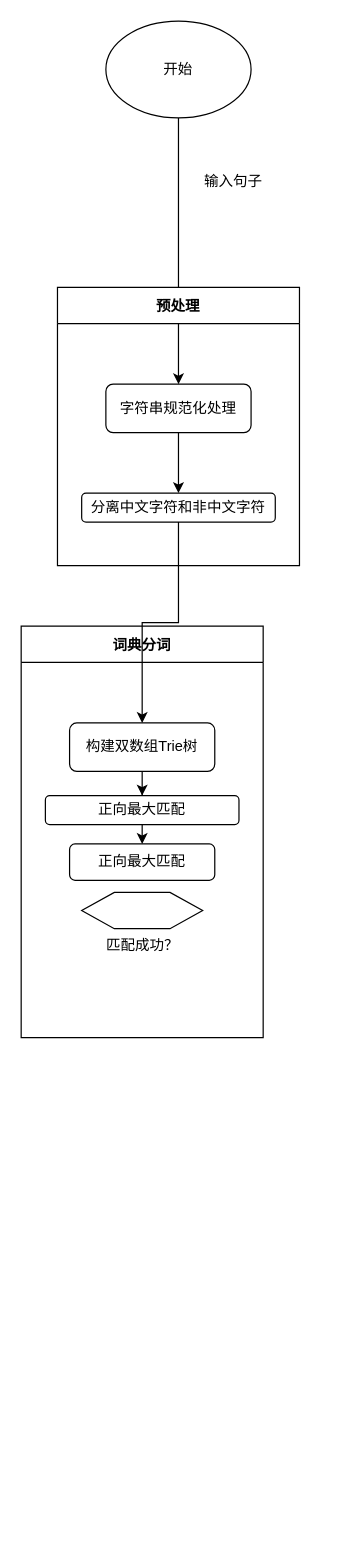
Above: 未命名绘图.drawio in CarolBicsi/567 (draw.io), before the change. Source tidied: cells renumbered, new cells numbered last; positions are measured from the earlier drawing's top-left corner, leaving out a move shared by most shapes. Both pictures are drawn from the tidied source at 121%, with x=0, y=0 at pixel (21, 21).
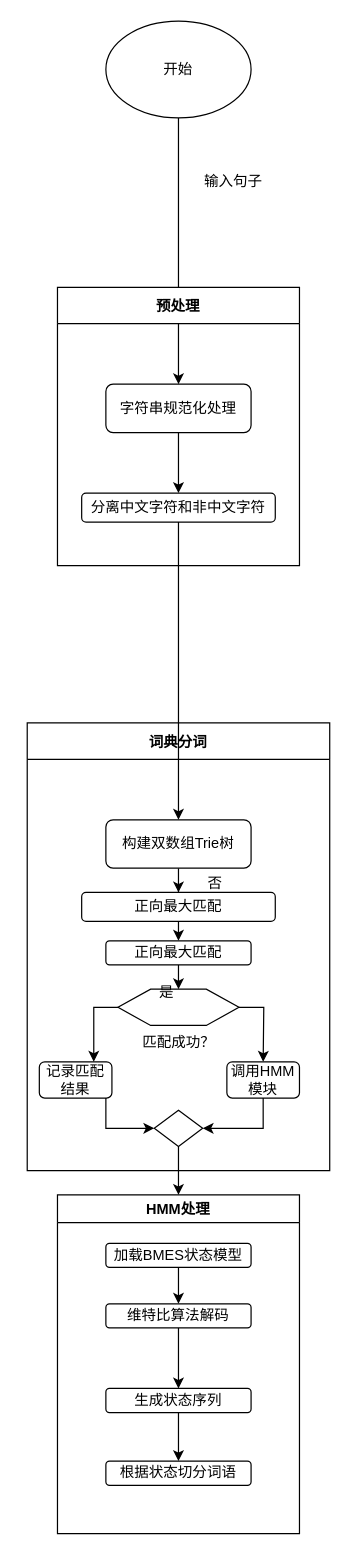
The same page after the edit.

The edit, as a diff of the source:
```diff
@@
     <mxCell id="9" value="词典分词" style="swimlane;startSize=30;" parent="1" vertex="1">
-      <mxGeometry y="500" width="200" height="340" as="geometry" />
+      <mxGeometry x="5" y="580" width="250" height="370" as="geometry" />
     </mxCell>
+    <mxCell id="17" value="记录匹配结果" style="rounded=1;whiteSpace=wrap;html=1;" parent="9" vertex="1">
+      <mxGeometry x="10" y="280" width="60" height="30" as="geometry" />
+    </mxCell>
+    <mxCell id="18" style="edgeStyle=orthogonalEdgeStyle;rounded=0;jettySize=auto;html=1;exitX=0.5;exitY=1;exitDx=0;exitDy=0;" parent="9" edge="1" target="25">
+      <mxGeometry relative="1" as="geometry">
+        <mxPoint x="65" y="310" as="sourcePoint" />
+        <Array as="points">
+          <mxPoint x="65" y="335" />
+        </Array>
+      </mxGeometry>
+    </mxCell>
@@
     <mxCell id="11" value="构建双数组Trie树" style="rounded=1;whiteSpace=wrap;html=1;" parent="9" vertex="1">
-      <mxGeometry x="40" y="80" width="120" height="40" as="geometry" />
+      <mxGeometry x="65" y="80" width="120" height="40" as="geometry" />
     </mxCell>
@@
     <mxCell id="13" value="正向最大匹配" style="rounded=1;whiteSpace=wrap;html=1;" parent="9" vertex="1">
-      <mxGeometry x="20" y="140" width="160" height="24" as="geometry" />
+      <mxGeometry x="45" y="140" width="160" height="24" as="geometry" />
     </mxCell>
+    <mxCell id="19" style="edgeStyle=orthogonalEdgeStyle;rounded=0;jettySize=auto;html=1;exitX=0.5;exitY=1;exitDx=0;exitDy=0;entryX=0.5;entryY=0;entryDx=0;entryDy=0;" parent="9" edge="1" source="14" target="15">
+      <mxGeometry relative="1" as="geometry" />
+    </mxCell>
     <mxCell id="14" value="正向最大匹配" style="rounded=1;whiteSpace=wrap;html=1;" parent="9" vertex="1">
-      <mxGeometry x="40" y="180" width="120" height="30" as="geometry" />
+      <mxGeometry x="65" y="180" width="120" height="20" as="geometry" />
     </mxCell>
+    <mxCell id="20" style="edgeStyle=orthogonalEdgeStyle;rounded=0;jettySize=auto;html=1;exitX=0;exitY=0.5;exitDx=0;exitDy=0;" parent="9" edge="1" source="15">
+      <mxGeometry relative="1" as="geometry">
+        <mxPoint x="55" y="280" as="targetPoint" />
+      </mxGeometry>
+    </mxCell>
+    <mxCell id="21" style="edgeStyle=orthogonalEdgeStyle;rounded=0;jettySize=auto;html=1;exitX=1;exitY=0.5;exitDx=0;exitDy=0;" parent="9" edge="1" source="15">
+      <mxGeometry relative="1" as="geometry">
+        <mxPoint x="195" y="280" as="targetPoint" />
+      </mxGeometry>
+    </mxCell>
     <mxCell id="15" value="匹配成功？" style="verticalLabelPosition=bottom;verticalAlign=top;html=1;shape=hexagon;perimeter=hexagonPerimeter2;arcSize=6;size=0.27;" parent="9" vertex="1">
-      <mxGeometry x="50" y="220" width="100" height="30" as="geometry" />
+      <mxGeometry x="75" y="220" width="100" height="30" as="geometry" />
     </mxCell>
+    <mxCell id="22" value="是" style="text;html=1;align=center;verticalAlign=middle;strokeColor=none;fillColor=none;" parent="9" vertex="1">
+      <mxGeometry x="95" y="208" width="40" height="30" as="geometry" />
+    </mxCell>
+    <mxCell id="23" style="edgeStyle=orthogonalEdgeStyle;rounded=0;jettySize=auto;html=1;exitX=0.5;exitY=1;exitDx=0;exitDy=0;entryX=1;entryY=0.5;entryDx=0;entryDy=0;" parent="9" edge="1" source="24" target="25">
+      <mxGeometry relative="1" as="geometry" />
+    </mxCell>
+    <mxCell id="24" value="调用HMM模块" style="rounded=1;whiteSpace=wrap;html=1;" parent="9" vertex="1">
+      <mxGeometry x="165" y="280" width="60" height="30" as="geometry" />
+    </mxCell>
+    <mxCell id="25" style="rhombus;whiteSpace=wrap;html=1;" parent="9" vertex="1">
+      <mxGeometry x="105" y="320" width="40" height="30" as="geometry" />
+    </mxCell>
+    <mxCell id="26" value="否" style="text;html=1;align=center;verticalAlign=middle;strokeColor=none;fillColor=none;" parent="9" vertex="1">
+      <mxGeometry x="135" y="118" width="40" height="30" as="geometry" />
+    </mxCell>
@@
+    <mxCell id="27" value="HMM处理" style="swimlane;" parent="1" vertex="1">
+      <mxGeometry x="30" y="970" width="200" height="280" as="geometry" />
+    </mxCell>
+    <mxCell id="28" style="edgeStyle=orthogonalEdgeStyle;rounded=0;jettySize=auto;html=1;exitX=0.5;exitY=1;exitDx=0;exitDy=0;entryX=0.5;entryY=0;entryDx=0;entryDy=0;" parent="27" edge="1" source="29" target="32">
+      <mxGeometry relative="1" as="geometry" />
+    </mxCell>
+    <mxCell id="29" value="加载BMES状态模型" style="rounded=1;whiteSpace=wrap;html=1;" parent="27" vertex="1">
+      <mxGeometry x="40" y="40" width="120" height="20" as="geometry" />
+    </mxCell>
+    <mxCell id="30" value="根据状态切分词语" style="rounded=1;whiteSpace=wrap;html=1;" parent="27" vertex="1">
+      <mxGeometry x="40" y="220" width="120" height="20" as="geometry" />
+    </mxCell>
+    <mxCell id="31" style="edgeStyle=orthogonalEdgeStyle;rounded=0;jettySize=auto;html=1;exitX=0.5;exitY=1;exitDx=0;exitDy=0;entryX=0.5;entryY=0;entryDx=0;entryDy=0;" parent="27" edge="1" source="32" target="34">
+      <mxGeometry relative="1" as="geometry" />
+    </mxCell>
+    <mxCell id="32" value="维特比算法解码" style="rounded=1;whiteSpace=wrap;html=1;" parent="27" vertex="1">
+      <mxGeometry x="40" y="90" width="120" height="20" as="geometry" />
+    </mxCell>
+    <mxCell id="33" style="edgeStyle=orthogonalEdgeStyle;rounded=0;jettySize=auto;html=1;exitX=0.5;exitY=1;exitDx=0;exitDy=0;entryX=0.5;entryY=0;entryDx=0;entryDy=0;" parent="27" edge="1" source="34" target="30">
+      <mxGeometry relative="1" as="geometry" />
+    </mxCell>
+    <mxCell id="34" value="生成状态序列" style="rounded=1;whiteSpace=wrap;html=1;" parent="27" vertex="1">
+      <mxGeometry x="40" y="160" width="120" height="20" as="geometry" />
+    </mxCell>
+    <mxCell id="35" style="edgeStyle=orthogonalEdgeStyle;rounded=0;orthogonalLoop=1;jettySize=auto;html=1;exitX=0.5;exitY=1;exitDx=0;exitDy=0;" parent="27" edge="1" source="30" target="30">
+      <mxGeometry relative="1" as="geometry" />
+    </mxCell>
+    <mxCell id="36" style="edgeStyle=orthogonalEdgeStyle;rounded=0;jettySize=auto;html=1;exitX=0.5;exitY=1;exitDx=0;exitDy=0;" parent="1" edge="1" source="25" target="27">
+      <mxGeometry relative="1" as="geometry">
+        <Array as="points">
+          <mxPoint x="130" y="970" />
+          <mxPoint x="130" y="970" />
+        </Array>
+      </mxGeometry>
+    </mxCell>
```
